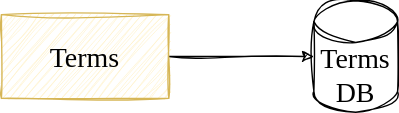
Above: diagrams/system.svg in gudfhr95/micro-ecommerce (draw.io), before the change. Source tidied: cells renumbered, new cells last; positions are measured from the earlier drawing's top-left corner, leaving out a move shared by most shapes. Its diagram source:
```xml
<mxGraphModel>
  <root>
    <mxCell id="0" />
    <mxCell id="1" parent="0" />
    <mxCell id="2" style="edgeStyle=orthogonalEdgeStyle;rounded=0;sketch=1;hachureGap=4;jiggle=2;curveFitting=1;jettySize=auto;html=1;exitX=1;exitY=0.5;exitDx=0;exitDy=0;fontFamily=Architects Daughter;fontSource=https%3A%2F%2Ffonts.googleapis.com%2Fcss%3Ffamily%3DArchitects%2BDaughter;fontSize=16;" parent="1" edge="1" source="3" target="4">
      <mxGeometry relative="1" as="geometry" />
    </mxCell>
    <mxCell id="3" value="Terms" style="rounded=0;whiteSpace=wrap;html=1;sketch=1;hachureGap=4;jiggle=2;curveFitting=1;fontFamily=Architects Daughter;fontSource=https%3A%2F%2Ffonts.googleapis.com%2Fcss%3Ffamily%3DArchitects%2BDaughter;fontSize=20;fillColor=#fff2cc;strokeColor=#d6b656;" parent="1" vertex="1">
      <mxGeometry y="10" width="120" height="60" as="geometry" />
    </mxCell>
    <mxCell id="4" value="Terms DB" style="shape=cylinder3;whiteSpace=wrap;html=1;boundedLbl=1;backgroundOutline=1;size=15;sketch=1;hachureGap=4;jiggle=2;curveFitting=1;fontFamily=Architects Daughter;fontSource=https%3A%2F%2Ffonts.googleapis.com%2Fcss%3Ffamily%3DArchitects%2BDaughter;fontSize=20;" parent="1" vertex="1">
      <mxGeometry x="224" width="60" height="80" as="geometry" />
    </mxCell>
  </root>
</mxGraphModel>
```
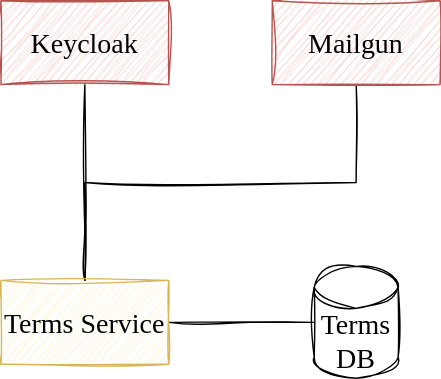
Above is the later version.

Commit message:
doc: update system architecture

What changed in the source:
```diff
@@ -2,14 +2,31 @@
   <root>
     <mxCell id="0" />
     <mxCell id="1" parent="0" />
-    <mxCell id="2" style="edgeStyle=orthogonalEdgeStyle;rounded=0;sketch=1;hachureGap=4;jiggle=2;curveFitting=1;jettySize=auto;html=1;exitX=1;exitY=0.5;exitDx=0;exitDy=0;fontFamily=Architects Daughter;fontSource=https%3A%2F%2Ffonts.googleapis.com%2Fcss%3Ffamily%3DArchitects%2BDaughter;fontSize=16;" parent="1" edge="1" source="3" target="4">
+    <mxCell id="2" style="edgeStyle=orthogonalEdgeStyle;rounded=0;sketch=1;hachureGap=4;jiggle=2;curveFitting=1;jettySize=auto;html=1;exitX=1;exitY=0.5;exitDx=0;exitDy=0;fontFamily=Architects Daughter;fontSource=https%3A%2F%2Ffonts.googleapis.com%2Fcss%3Ffamily%3DArchitects%2BDaughter;fontSize=16;endArrow=none;endFill=0;" parent="1" edge="1" source="3" target="4">
       <mxGeometry relative="1" as="geometry" />
     </mxCell>
+    <mxCell id="5" style="edgeStyle=orthogonalEdgeStyle;rounded=0;sketch=1;hachureGap=4;jiggle=2;curveFitting=1;jettySize=auto;html=1;exitX=0.5;exitY=0;exitDx=0;exitDy=0;fontFamily=Architects Daughter;fontSource=https%3A%2F%2Ffonts.googleapis.com%2Fcss%3Ffamily%3DArchitects%2BDaughter;fontSize=16;endArrow=none;endFill=0;" parent="1" edge="1" source="3" target="7">
+      <mxGeometry relative="1" as="geometry" />
+    </mxCell>
+    <mxCell id="6" style="edgeStyle=orthogonalEdgeStyle;rounded=0;sketch=1;hachureGap=4;jiggle=2;curveFitting=1;jettySize=auto;html=1;entryX=0.5;entryY=1;entryDx=0;entryDy=0;fontFamily=Architects Daughter;fontSource=https%3A%2F%2Ffonts.googleapis.com%2Fcss%3Ffamily%3DArchitects%2BDaughter;fontSize=16;endArrow=none;endFill=0;" parent="1" edge="1" source="3" target="8">
+      <mxGeometry relative="1" as="geometry">
+        <Array as="points">
+          <mxPoint x="60" y="-60" />
+          <mxPoint x="254" y="-60" />
+        </Array>
+      </mxGeometry>
+    </mxCell>
-    <mxCell id="3" value="Terms" style="rounded=0;whiteSpace=wrap;html=1;sketch=1;hachureGap=4;jiggle=2;curveFitting=1;fontFamily=Architects Daughter;fontSource=https%3A%2F%2Ffonts.googleapis.com%2Fcss%3Ffamily%3DArchitects%2BDaughter;fontSize=20;fillColor=#fff2cc;strokeColor=#d6b656;" parent="1" vertex="1">
+    <mxCell id="3" value="Terms Service" style="rounded=0;whiteSpace=wrap;html=1;sketch=1;hachureGap=4;jiggle=2;curveFitting=1;fontFamily=Architects Daughter;fontSource=https%3A%2F%2Ffonts.googleapis.com%2Fcss%3Ffamily%3DArchitects%2BDaughter;fontSize=20;fillColor=#fff2cc;strokeColor=#d6b656;" parent="1" vertex="1">
       <mxGeometry y="10" width="120" height="60" as="geometry" />
     </mxCell>
     <mxCell id="4" value="Terms DB" style="shape=cylinder3;whiteSpace=wrap;html=1;boundedLbl=1;backgroundOutline=1;size=15;sketch=1;hachureGap=4;jiggle=2;curveFitting=1;fontFamily=Architects Daughter;fontSource=https%3A%2F%2Ffonts.googleapis.com%2Fcss%3Ffamily%3DArchitects%2BDaughter;fontSize=20;" parent="1" vertex="1">
       <mxGeometry x="224" width="60" height="80" as="geometry" />
     </mxCell>
+    <mxCell id="7" value="Keycloak" style="rounded=0;whiteSpace=wrap;html=1;sketch=1;hachureGap=4;jiggle=2;curveFitting=1;fontFamily=Architects Daughter;fontSource=https%3A%2F%2Ffonts.googleapis.com%2Fcss%3Ffamily%3DArchitects%2BDaughter;fontSize=20;fillColor=#f8cecc;strokeColor=#b85450;" parent="1" vertex="1">
+      <mxGeometry y="-190" width="120" height="60" as="geometry" />
+    </mxCell>
+    <mxCell id="8" value="Mailgun" style="rounded=0;whiteSpace=wrap;html=1;sketch=1;hachureGap=4;jiggle=2;curveFitting=1;fontFamily=Architects Daughter;fontSource=https%3A%2F%2Ffonts.googleapis.com%2Fcss%3Ffamily%3DArchitects%2BDaughter;fontSize=20;fillColor=#f8cecc;strokeColor=#b85450;" parent="1" vertex="1">
+      <mxGeometry x="194" y="-190" width="120" height="60" as="geometry" />
+    </mxCell>
   </root>
 </mxGraphModel>
```
